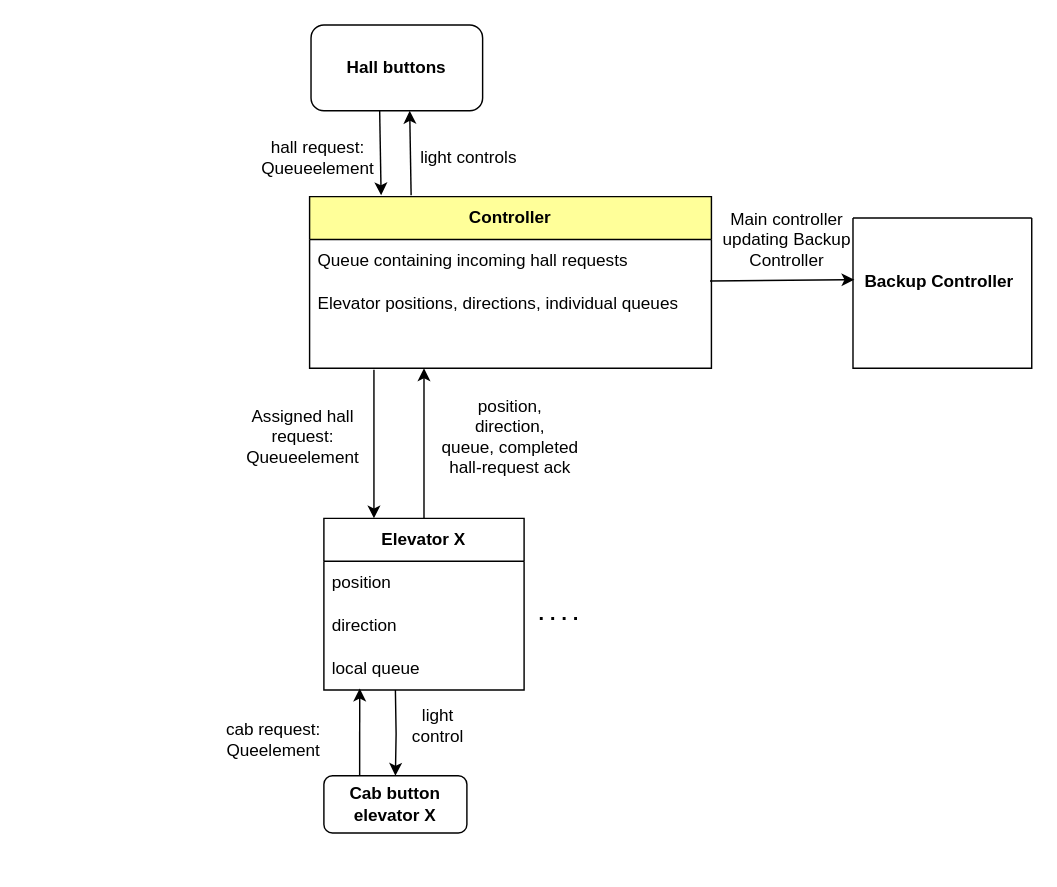
Above: networkdiagram.drawio in mokamv/Elevatorlab_report (draw.io), before the change. Source tidied: cells renumbered, new cells numbered last; positions are measured from the earlier drawing's top-left corner, leaving out a move shared by most shapes. Both pictures are drawn from the tidied source at 143%, with x=0, y=0 at pixel (209, 24).
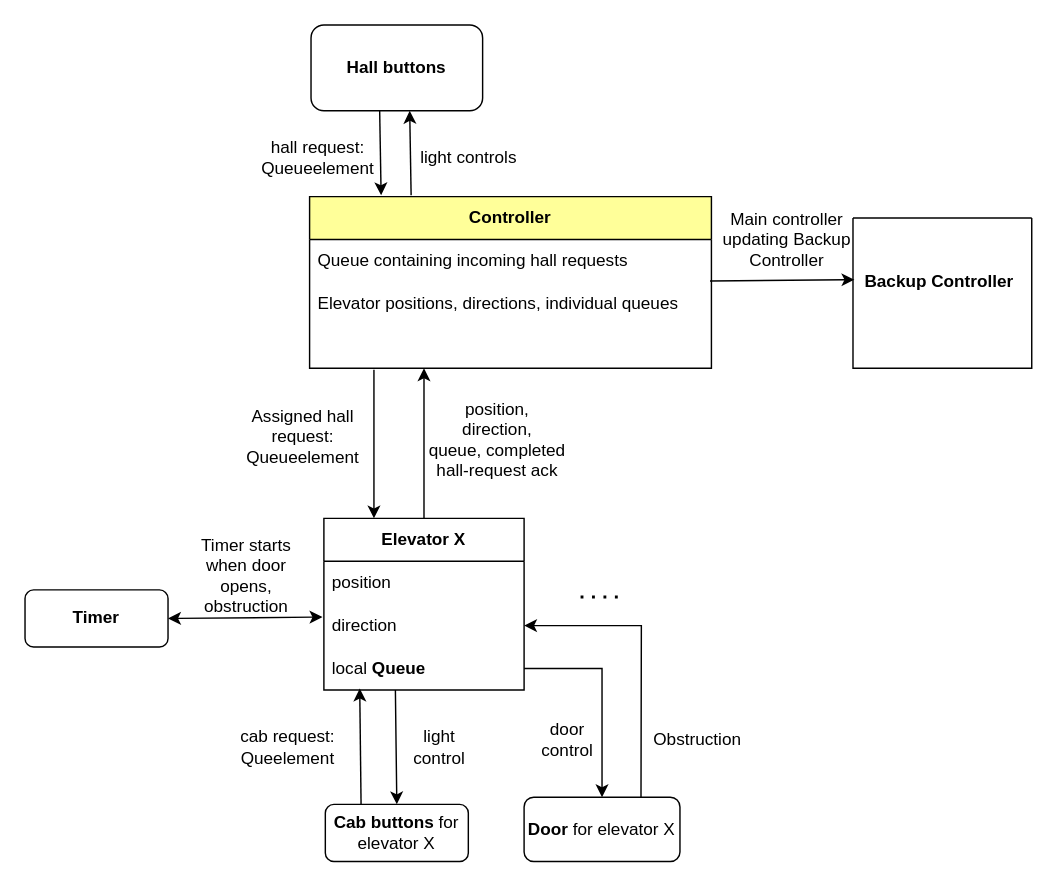
Above is the later version.

The change refers to these unchanged cells:
```xml
<mxCell id="5" value="&lt;b&gt;Elevator X&lt;/b&gt;" style="swimlane;fontStyle=0;horizontal=1;startSize=30;whiteSpace=wrap;html=1;" parent="1" vertex="1">
  <mxGeometry x="80" y="345" width="140" height="120" as="geometry" />
</mxCell>
<mxCell id="7" value="direction" style="text;strokeColor=none;fillColor=none;align=left;verticalAlign=middle;spacingLeft=4;spacingRight=4;overflow=hidden;points=[[0,0.5],[1,0.5]];portConstraint=eastwest;whiteSpace=wrap;html=1;" parent="5" vertex="1">
  <mxGeometry y="60" width="140" height="30" as="geometry" />
</mxCell>
```

What changed in the source:
```diff
@@
-    <mxCell id="8" value="local queue" style="text;strokeColor=none;fillColor=none;align=left;verticalAlign=middle;spacingLeft=4;spacingRight=4;overflow=hidden;points=[[0,0.5],[1,0.5]];portConstraint=eastwest;whiteSpace=wrap;html=1;" parent="5" vertex="1">
+    <mxCell id="8" value="local &lt;b&gt;Queue&lt;/b&gt;" style="text;strokeColor=none;fillColor=none;align=left;verticalAlign=middle;spacingLeft=4;spacingRight=4;overflow=hidden;points=[[0,0.5],[1,0.5]];portConstraint=eastwest;whiteSpace=wrap;html=1;" parent="5" vertex="1">
       <mxGeometry y="90" width="140" height="30" as="geometry" />
     </mxCell>
     <mxCell id="9" value="position,&lt;div&gt;direction,&lt;/div&gt;&lt;div&gt;queue, completed hall-request ack&lt;/div&gt;" style="text;html=1;align=center;verticalAlign=middle;whiteSpace=wrap;rounded=0;" parent="1" vertex="1">
-      <mxGeometry x="160" y="270" width="101" height="35" as="geometry" />
+      <mxGeometry x="151" y="272.5" width="101" height="35" as="geometry" />
     </mxCell>
@@
-    <mxCell id="18" value="&lt;b&gt;Cab button elevator X&lt;/b&gt;" style="rounded=1;whiteSpace=wrap;html=1;" parent="1" vertex="1">
-      <mxGeometry x="80" y="525" width="100" height="40" as="geometry" />
+    <mxCell id="18" value="&lt;b&gt;Cab buttons &lt;/b&gt;for elevator X" style="rounded=1;whiteSpace=wrap;html=1;" parent="1" vertex="1">
+      <mxGeometry x="81" y="545" width="100" height="40" as="geometry" />
     </mxCell>
     <mxCell id="19" style="endArrow=none;dashed=1;html=1;dashPattern=1 3;strokeWidth=2;rounded=0;" parent="1" edge="1">
       <mxGeometry relative="1" as="geometry">
-        <mxPoint x="231" y="415" as="sourcePoint" />
-        <mxPoint x="261" y="415" as="targetPoint" />
+        <mxPoint x="259.5" y="400" as="sourcePoint" />
+        <mxPoint x="289.5" y="400" as="targetPoint" />
       </mxGeometry>
     </mxCell>
@@
     <mxCell id="22" value="light control" style="text;html=1;align=center;verticalAlign=middle;whiteSpace=wrap;rounded=0;" parent="1" vertex="1">
-      <mxGeometry x="130" y="475" width="60" height="30" as="geometry" />
+      <mxGeometry x="131" y="490" width="60" height="30" as="geometry" />
     </mxCell>
     <mxCell id="23" value="cab request: Queelement" style="text;html=1;align=center;verticalAlign=middle;whiteSpace=wrap;rounded=0;" parent="1" vertex="1">
-      <mxGeometry y="485" width="90" height="30" as="geometry" />
+      <mxGeometry x="10" y="490" width="90" height="30" as="geometry" />
     </mxCell>
@@
+    <mxCell id="30" value="&lt;b&gt;Timer&lt;/b&gt;" style="rounded=1;whiteSpace=wrap;html=1;" parent="1" vertex="1">
+      <mxGeometry x="-129" y="395" width="100" height="40" as="geometry" />
+    </mxCell>
+    <mxCell id="31" style="endArrow=classic;startArrow=classic;html=1;rounded=0;exitX=1;exitY=0.5;exitDx=0;exitDy=0;entryX=-0.007;entryY=0.3;entryDx=0;entryDy=0;entryPerimeter=0;" parent="1" edge="1" source="30" target="7">
+      <mxGeometry relative="1" as="geometry" />
+    </mxCell>
+    <mxCell id="32" value="Timer starts when door opens, obstruction" style="text;html=1;align=center;verticalAlign=middle;whiteSpace=wrap;rounded=0;" parent="1" vertex="1">
+      <mxGeometry x="-9" y="370" width="70" height="30" as="geometry" />
+    </mxCell>
+    <mxCell id="33" value="&lt;b&gt;Door &lt;/b&gt;for elevator X" style="rounded=1;whiteSpace=wrap;html=1;" parent="1" vertex="1">
+      <mxGeometry x="220" y="540" width="109" height="45" as="geometry" />
+    </mxCell>
+    <mxCell id="34" style="edgeStyle=orthogonalEdgeStyle;rounded=0;jettySize=auto;html=1;exitX=1;exitY=0.5;exitDx=0;exitDy=0;" parent="1" edge="1" source="8" target="33">
+      <mxGeometry relative="1" as="geometry" />
+    </mxCell>
+    <mxCell id="35" style="endArrow=classic;html=1;rounded=0;exitX=0.75;exitY=0;exitDx=0;exitDy=0;entryX=1;entryY=0.5;entryDx=0;entryDy=0;" parent="1" edge="1" source="33" target="7">
+      <mxGeometry relative="1" as="geometry">
+        <Array as="points">
+          <mxPoint x="302" y="420" />
+        </Array>
+      </mxGeometry>
+    </mxCell>
+    <mxCell id="36" value="Obstruction" style="text;html=1;align=center;verticalAlign=middle;strokeColor=none;fillColor=none;" parent="1" vertex="1">
+      <mxGeometry x="301" y="485" width="80" height="30" as="geometry" />
+    </mxCell>
+    <mxCell id="37" value="door&lt;div&gt;control&lt;/div&gt;" style="text;html=1;align=center;verticalAlign=middle;strokeColor=none;fillColor=none;" parent="1" vertex="1">
+      <mxGeometry x="220" y="480" width="60" height="40" as="geometry" />
+    </mxCell>
```
